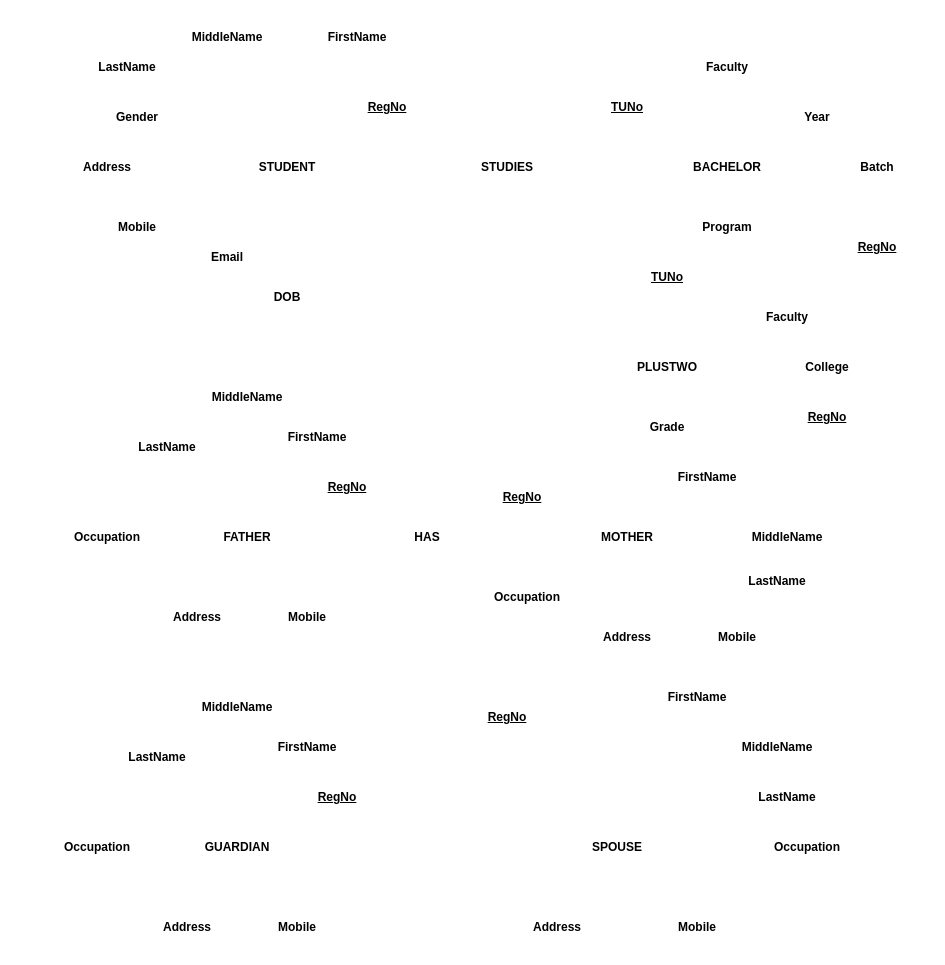
Above: page "ERW-Diagram" (2 of 2) of images/doc/BrownPearl.drawio in kabirdeula/BrownPearl (draw.io), before the change. Source tidied: cells renumbered, new cells numbered last; positions are measured from the earlier drawing's top-left corner, leaving out a move shared by most shapes. Both pictures are drawn from the tidied source at 100%, with x=0, y=0 at pixel (47, 17).
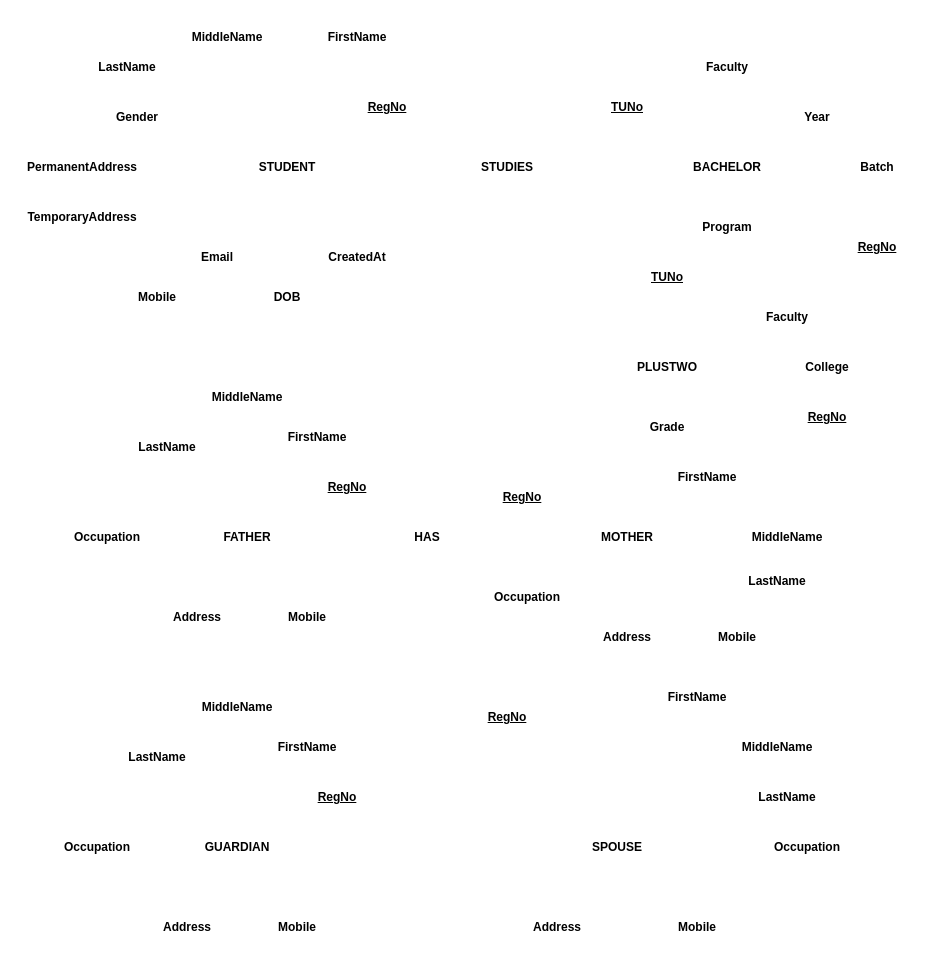
After the change.

Unchanged cells that the change refers to:
```xml
<mxCell id="35" value="&lt;b&gt;STUDENT&lt;/b&gt;" style="whiteSpace=wrap;html=1;align=center;strokeColor=#FFFFFF;" parent="1" vertex="1">
  <mxGeometry x="180" y="130" width="120" height="40" as="geometry" />
</mxCell>
```

Change to the diagram source:
```diff
@@
-    <mxCell id="44" value="&lt;b&gt;Address&lt;/b&gt;" style="ellipse;whiteSpace=wrap;html=1;align=center;strokeColor=#FFFFFF;" parent="1" vertex="1">
-      <mxGeometry x="10" y="130" width="100" height="40" as="geometry" />
-    </mxCell>
-    <mxCell id="45" style="edgeStyle=orthogonalEdgeStyle;rounded=0;jettySize=auto;html=1;entryX=1;entryY=0.5;entryDx=0;entryDy=0;endArrow=none;endFill=0;exitX=0;exitY=0.5;exitDx=0;exitDy=0;strokeColor=#FFFFFF;" parent="1" edge="1" source="35" target="44">
+    <mxCell id="45" style="edgeStyle=orthogonalEdgeStyle;rounded=0;jettySize=auto;html=1;entryX=1;entryY=0.5;entryDx=0;entryDy=0;endArrow=none;endFill=0;exitX=0;exitY=0.5;exitDx=0;exitDy=0;strokeColor=#FFFFFF;" parent="1" edge="1" source="35" target="116">
       <mxGeometry relative="1" as="geometry" />
     </mxCell>
     <mxCell id="46" value="&lt;b&gt;Mobile&lt;/b&gt;" style="ellipse;whiteSpace=wrap;html=1;align=center;strokeColor=#FFFFFF;" parent="1" vertex="1">
-      <mxGeometry x="40" y="190" width="100" height="40" as="geometry" />
+      <mxGeometry x="60" y="260" width="100" height="40" as="geometry" />
     </mxCell>
-    <mxCell id="47" style="edgeStyle=orthogonalEdgeStyle;rounded=0;jettySize=auto;html=1;entryX=1;entryY=0.5;entryDx=0;entryDy=0;endArrow=none;endFill=0;exitX=0;exitY=0.5;exitDx=0;exitDy=0;exitPerimeter=0;strokeColor=#FFFFFF;" parent="1" edge="1" source="35" target="46">
+    <mxCell id="47" style="edgeStyle=orthogonalEdgeStyle;rounded=0;jettySize=auto;html=1;entryX=0.5;entryY=0;entryDx=0;entryDy=0;endArrow=none;endFill=0;exitX=0;exitY=0.5;exitDx=0;exitDy=0;exitPerimeter=0;strokeColor=#FFFFFF;" parent="1" edge="1" source="35" target="46">
       <mxGeometry relative="1" as="geometry" />
     </mxCell>
     <mxCell id="48" value="&lt;b&gt;Email&lt;/b&gt;" style="ellipse;whiteSpace=wrap;html=1;align=center;strokeColor=#FFFFFF;" parent="1" vertex="1">
-      <mxGeometry x="130" y="220" width="100" height="40" as="geometry" />
+      <mxGeometry x="120" y="220" width="100" height="40" as="geometry" />
     </mxCell>
@@
+    <mxCell id="116" value="&lt;b&gt;PermanentAddress&lt;/b&gt;" style="ellipse;whiteSpace=wrap;html=1;align=center;strokeColor=#FFFFFF;" parent="1" vertex="1">
+      <mxGeometry x="-30" y="130" width="130" height="40" as="geometry" />
+    </mxCell>
+    <mxCell id="117" value="&lt;b&gt;TemporaryAddress&lt;/b&gt;" style="ellipse;whiteSpace=wrap;html=1;align=center;strokeColor=#FFFFFF;" parent="1" vertex="1">
+      <mxGeometry x="-30" y="180" width="130" height="40" as="geometry" />
+    </mxCell>
+    <mxCell id="118" style="edgeStyle=orthogonalEdgeStyle;rounded=0;jettySize=auto;html=1;entryX=1;entryY=0.5;entryDx=0;entryDy=0;endArrow=none;endFill=0;strokeColor=#FFFFFF;" parent="1" edge="1" target="117">
+      <mxGeometry relative="1" as="geometry">
+        <mxPoint x="180" y="150" as="sourcePoint" />
+      </mxGeometry>
+    </mxCell>
+    <mxCell id="119" value="&lt;b&gt;CreatedAt&lt;/b&gt;" style="ellipse;whiteSpace=wrap;html=1;align=center;strokeColor=#FFFFFF;" parent="1" vertex="1">
+      <mxGeometry x="260" y="220" width="100" height="40" as="geometry" />
+    </mxCell>
+    <mxCell id="120" style="edgeStyle=orthogonalEdgeStyle;rounded=0;jettySize=auto;html=1;endArrow=none;endFill=0;exitX=0.5;exitY=1;exitDx=0;exitDy=0;entryX=0.5;entryY=0;entryDx=0;entryDy=0;strokeColor=#FFFFFF;" parent="1" edge="1" source="35" target="119">
+      <mxGeometry relative="1" as="geometry" />
+    </mxCell>
```
